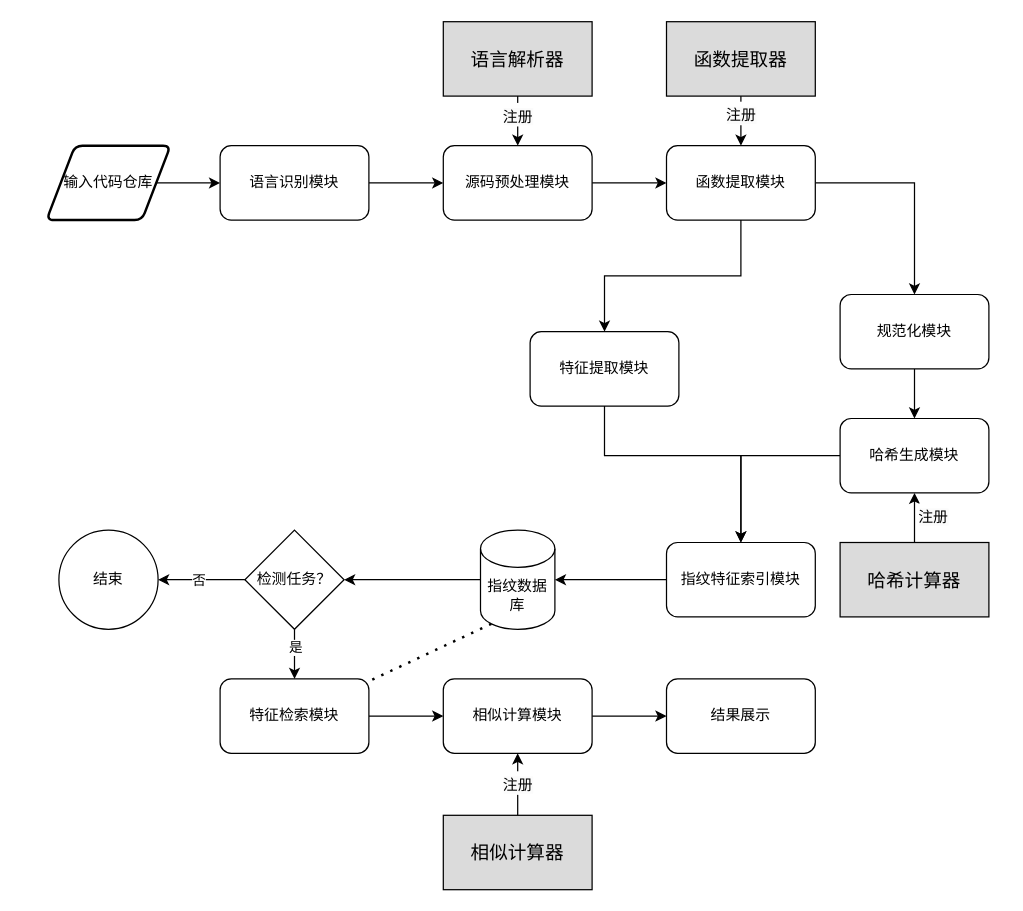
Earlier version of the draw.io diagram 系统实现图.drawio (wanghaoxu001/cloudimg). Source tidied: cells renumbered, new cells numbered last; positions are measured from the earlier drawing's top-left corner, leaving out a move shared by most shapes. Both pictures are drawn from the tidied source at 124%, with x=0, y=0 at pixel (46, 21).
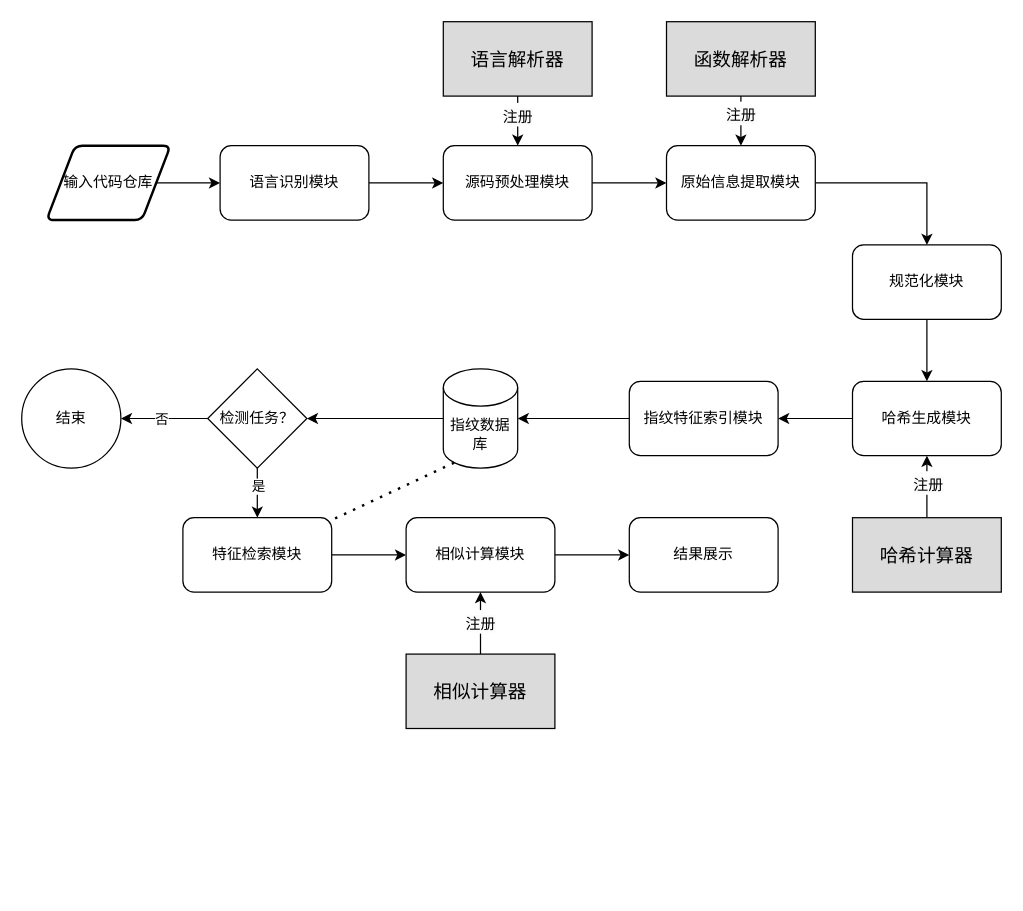
The same diagram, later.

Commit message:
更新系统实现图.drawio

The change refers to these unchanged cells:
```xml
<mxCell id="38" style="edgeStyle=none;rounded=0;jettySize=auto;html=1;" parent="1" edge="1" source="40" target="14">
  <mxGeometry relative="1" as="geometry" />
</mxCell>
```

What changed in the source:
```diff
@@
-    <mxCell id="8" style="edgeStyle=orthogonalEdgeStyle;rounded=0;jettySize=auto;html=1;" parent="1" edge="1" source="10" target="18">
-      <mxGeometry relative="1" as="geometry" />
-    </mxCell>
@@
-    <mxCell id="10" value="函数提取模块" style="rounded=1;whiteSpace=wrap;html=1;" parent="1" vertex="1">
+    <mxCell id="10" value="原始信息提取模块" style="rounded=1;whiteSpace=wrap;html=1;" parent="1" vertex="1">
       <mxGeometry x="500" y="100" width="120" height="60" as="geometry" />
     </mxCell>
@@
     <mxCell id="12" value="规范化模块" style="rounded=1;whiteSpace=wrap;html=1;" parent="1" vertex="1">
-      <mxGeometry x="640" y="220" width="120" height="60" as="geometry" />
+      <mxGeometry x="650" y="180" width="120" height="60" as="geometry" />
     </mxCell>
@@
     <mxCell id="14" value="哈希生成模块" style="rounded=1;whiteSpace=wrap;html=1;" parent="1" vertex="1">
-      <mxGeometry x="640" y="320" width="120" height="60" as="geometry" />
+      <mxGeometry x="650" y="290" width="120" height="60" as="geometry" />
     </mxCell>
@@
     <mxCell id="16" value="指纹特征索引模块" style="rounded=1;whiteSpace=wrap;html=1;" parent="1" vertex="1">
-      <mxGeometry x="500" y="420" width="120" height="60" as="geometry" />
+      <mxGeometry x="470" y="290" width="120" height="60" as="geometry" />
     </mxCell>
-    <mxCell id="17" style="edgeStyle=orthogonalEdgeStyle;rounded=0;jettySize=auto;html=1;" parent="1" edge="1" source="18" target="16">
-      <mxGeometry relative="1" as="geometry">
-        <Array as="points">
-          <mxPoint x="450" y="350" />
-          <mxPoint x="560" y="350" />
-        </Array>
-      </mxGeometry>
-    </mxCell>
-    <mxCell id="18" value="特征提取模块" style="rounded=1;whiteSpace=wrap;html=1;" parent="1" vertex="1">
-      <mxGeometry x="390" y="250" width="120" height="60" as="geometry" />
-    </mxCell>
@@
     <mxCell id="20" value="指纹数据库" style="shape=cylinder3;whiteSpace=wrap;html=1;boundedLbl=1;backgroundOutline=1;size=15;" parent="1" vertex="1">
-      <mxGeometry x="350" y="410" width="60" height="80" as="geometry" />
+      <mxGeometry x="320" y="280" width="60" height="80" as="geometry" />
     </mxCell>
@@
     <mxCell id="25" value="检测任务？" style="rhombus;whiteSpace=wrap;html=1;" parent="1" vertex="1">
-      <mxGeometry x="160" y="410" width="80" height="80" as="geometry" />
+      <mxGeometry x="130" y="280" width="80" height="80" as="geometry" />
     </mxCell>
     <mxCell id="26" value="结束" style="ellipse;whiteSpace=wrap;html=1;" parent="1" vertex="1">
-      <mxGeometry x="10" y="410" width="80" height="80" as="geometry" />
+      <mxGeometry x="-20" y="280" width="80" height="80" as="geometry" />
     </mxCell>
@@
     <mxCell id="28" value="特征检索模块" style="rounded=1;whiteSpace=wrap;html=1;" parent="1" vertex="1">
-      <mxGeometry x="140" y="530" width="120" height="60" as="geometry" />
+      <mxGeometry x="110" y="400" width="120" height="60" as="geometry" />
     </mxCell>
@@
     <mxCell id="30" value="相似计算模块" style="rounded=1;whiteSpace=wrap;html=1;" parent="1" vertex="1">
-      <mxGeometry x="320" y="530" width="120" height="60" as="geometry" />
+      <mxGeometry x="290" y="400" width="120" height="60" as="geometry" />
     </mxCell>
@@
-    <mxCell id="37" value="函数提取器" style="rounded=0;whiteSpace=wrap;html=1;fillColor=#DBDBDB;fontSize=15;" parent="1" vertex="1">
+    <mxCell id="37" value="函数解析器" style="rounded=0;whiteSpace=wrap;html=1;fillColor=#DBDBDB;fontSize=15;" parent="1" vertex="1">
       <mxGeometry x="500" width="120" height="60" as="geometry" />
     </mxCell>
@@
     <mxCell id="39" value="&lt;span style=&quot;font-size: 12px; background-color: rgb(251, 251, 251);&quot;&gt;注册&lt;/span&gt;" style="edgeLabel;html=1;align=center;verticalAlign=middle;fontSize=16;" parent="38" vertex="1">
       <mxGeometry x="0.2" y="-1" relative="1" as="geometry">
-        <mxPoint x="13" y="1" as="offset" />
+        <mxPoint x="-1" y="1" as="offset" />
       </mxGeometry>
     </mxCell>
     <mxCell id="40" value="哈希计算器" style="rounded=0;whiteSpace=wrap;html=1;fillColor=#DBDBDB;fontSize=15;" parent="1" vertex="1">
-      <mxGeometry x="640" y="420" width="120" height="60" as="geometry" />
+      <mxGeometry x="650" y="400" width="120" height="60" as="geometry" />
     </mxCell>
@@
     <mxCell id="43" value="相似计算器" style="rounded=0;whiteSpace=wrap;html=1;fillColor=#DBDBDB;fontSize=15;" parent="1" vertex="1">
-      <mxGeometry x="320" y="640" width="120" height="60" as="geometry" />
+      <mxGeometry x="290" y="510" width="120" height="60" as="geometry" />
     </mxCell>
     <mxCell id="44" value="结果展示" style="rounded=1;whiteSpace=wrap;html=1;" parent="1" vertex="1">
-      <mxGeometry x="500" y="530" width="120" height="60" as="geometry" />
+      <mxGeometry x="470" y="400" width="120" height="60" as="geometry" />
     </mxCell>
```
